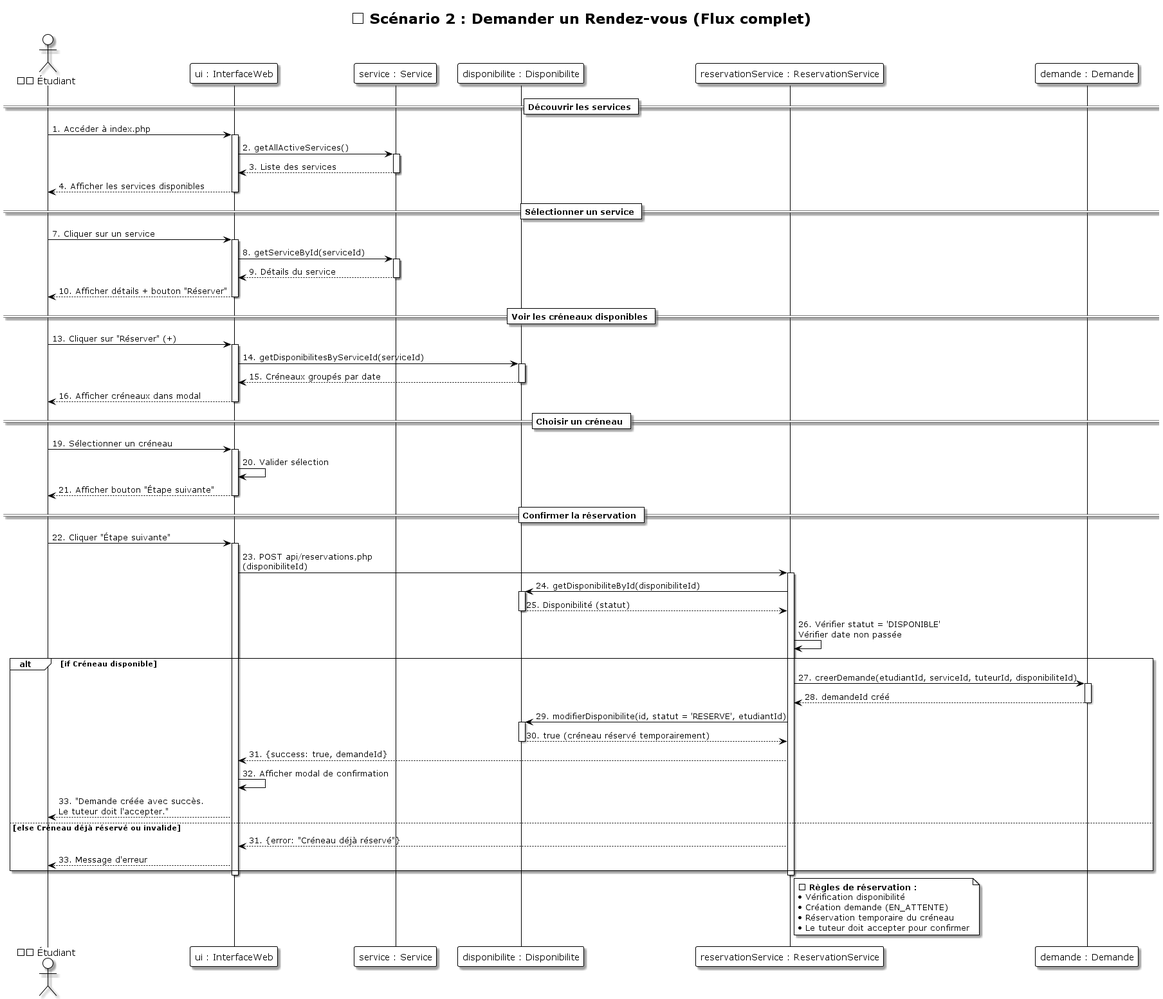
Above: UML/diagrammes_sequence/Sequence_02_Demander_RendezVous.png in LLAbdul/LLAbdul-projet-tutoplus (PlantUML), before the change.
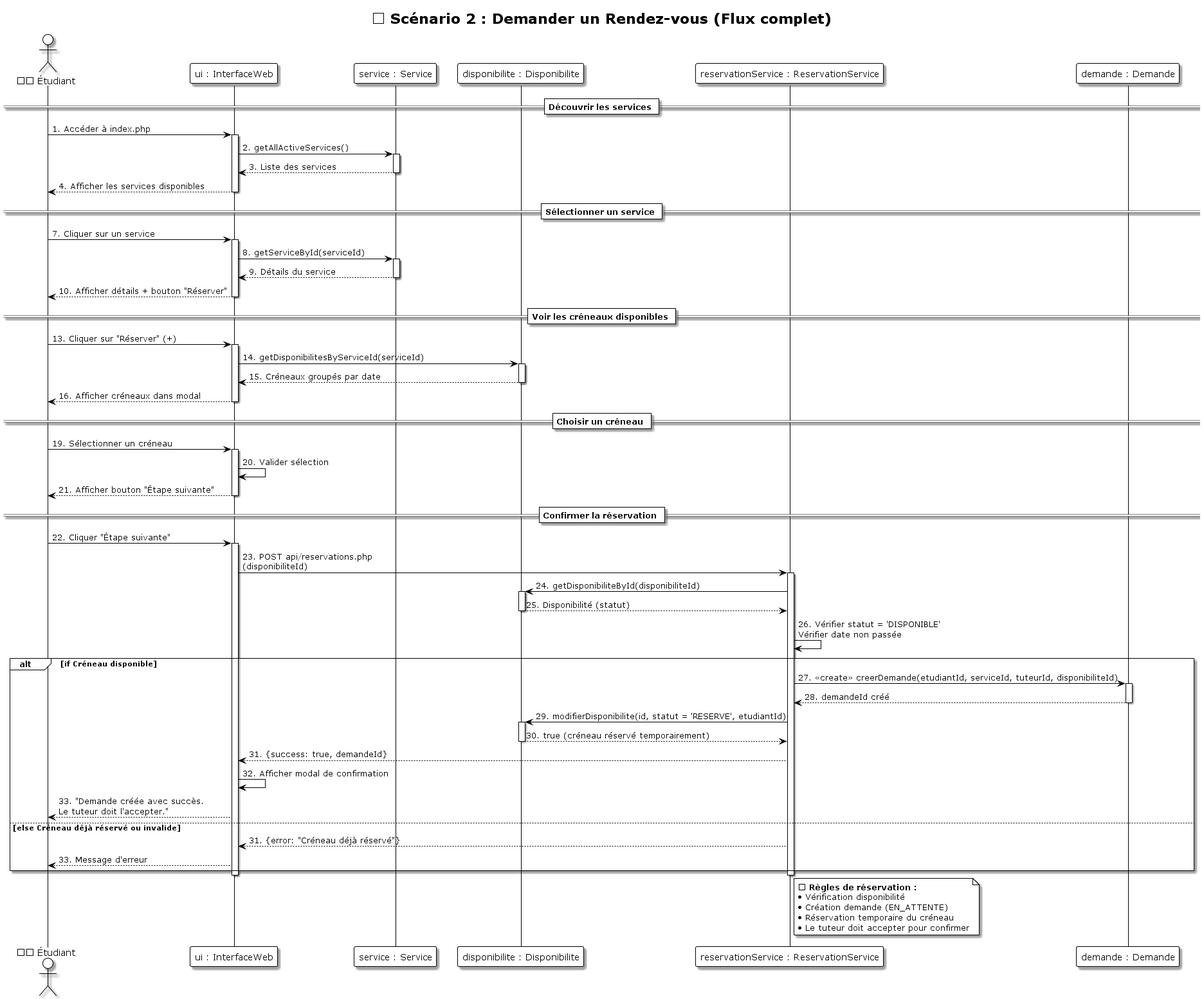
Later version of the same file.

Change to the diagram source:
```diff
@@ -63,7 +63,7 @@
 ReservationService -> ReservationService: 26. Vérifier statut = 'DISPONIBLE'\nVérifier date non passée
 
 alt if Créneau disponible
-    ReservationService -> Demande: 27. creerDemande(etudiantId, serviceId, tuteurId, disponibiliteId)
+    ReservationService -> Demande: 27. <<create>> creerDemande(etudiantId, serviceId, tuteurId, disponibiliteId)
     activate Demande
     Demande --> ReservationService: 28. demandeId créé
     deactivate Demande
```
